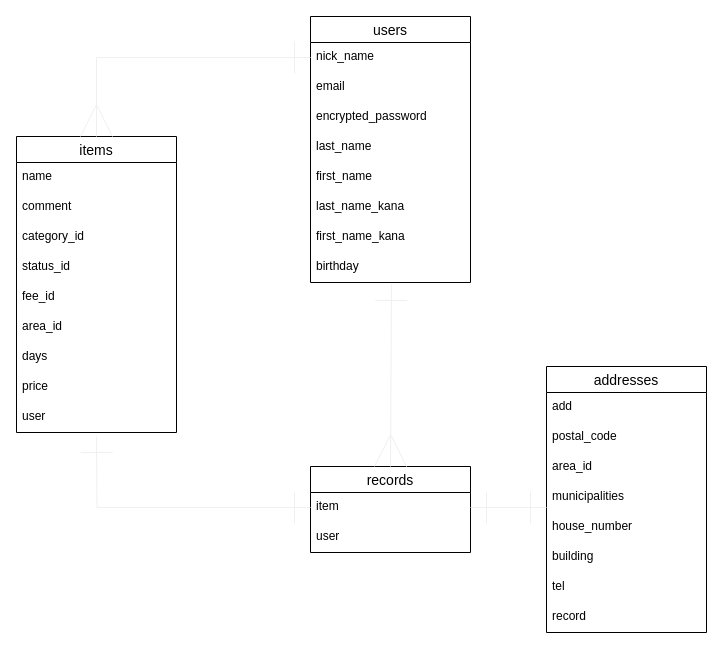
The draw.io diagram ER.dio in y-mak/furima-36339, before the edit. Source tidied: cells renumbered, new cells numbered last; positions are measured from the earlier drawing's top-left corner, leaving out a move shared by most shapes. Both pictures are drawn from the tidied source at 100%, with x=0, y=0 at pixel (16, 16).
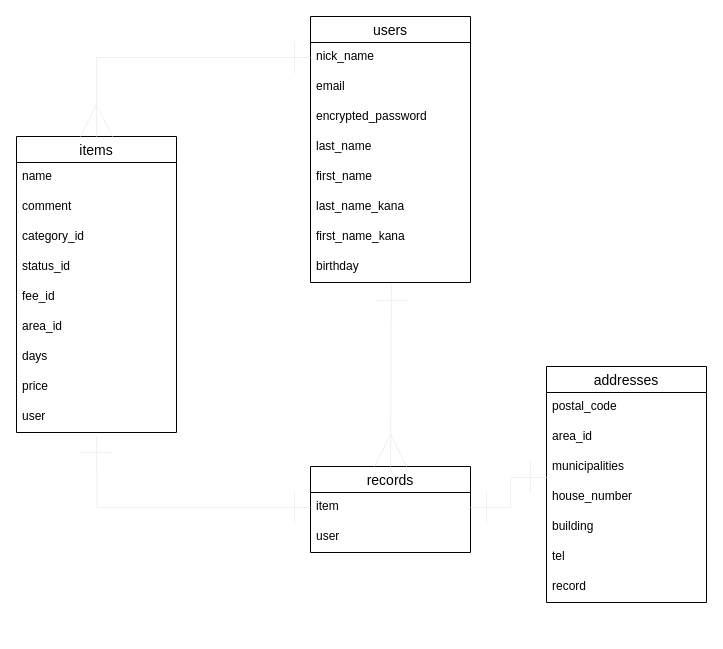
The same diagram, later.

Diff of the diagram source:
```diff
@@
     <mxCell id="24" value="addresses" style="swimlane;fontStyle=0;horizontal=1;startSize=26;align=center;fontSize=14;" parent="1" vertex="1">
-      <mxGeometry x="530" y="350" width="160" height="266" as="geometry" />
+      <mxGeometry x="530" y="350" width="160" height="236" as="geometry" />
     </mxCell>
-    <mxCell id="25" value="add" style="text;strokeColor=none;fillColor=none;spacingLeft=4;spacingRight=4;overflow=hidden;fontSize=12;" parent="24" vertex="1">
-      <mxGeometry y="26" width="160" height="30" as="geometry" />
-    </mxCell>
     <mxCell id="26" value="postal_code" style="text;strokeColor=none;fillColor=none;spacingLeft=4;spacingRight=4;overflow=hidden;fontSize=12;" parent="24" vertex="1">
-      <mxGeometry y="56" width="160" height="30" as="geometry" />
+      <mxGeometry y="26" width="160" height="30" as="geometry" />
     </mxCell>
     <mxCell id="27" value="area_id" style="text;strokeColor=none;fillColor=none;spacingLeft=4;spacingRight=4;overflow=hidden;fontSize=12;" parent="24" vertex="1">
-      <mxGeometry y="86" width="160" height="30" as="geometry" />
+      <mxGeometry y="56" width="160" height="30" as="geometry" />
     </mxCell>
     <mxCell id="28" value="municipalities" style="text;strokeColor=none;fillColor=none;spacingLeft=4;spacingRight=4;overflow=hidden;points=[[0,0.5],[1,0.5]];portConstraint=eastwest;fontSize=12;" parent="24" vertex="1">
-      <mxGeometry y="116" width="160" height="30" as="geometry" />
+      <mxGeometry y="86" width="160" height="30" as="geometry" />
     </mxCell>
     <mxCell id="29" value="house_number" style="text;strokeColor=none;fillColor=none;spacingLeft=4;spacingRight=4;overflow=hidden;fontSize=12;" parent="24" vertex="1">
-      <mxGeometry y="146" width="160" height="30" as="geometry" />
+      <mxGeometry y="116" width="160" height="30" as="geometry" />
     </mxCell>
     <mxCell id="30" value="building" style="text;strokeColor=none;fillColor=none;spacingLeft=4;spacingRight=4;overflow=hidden;fontSize=12;" parent="24" vertex="1">
-      <mxGeometry y="176" width="160" height="30" as="geometry" />
+      <mxGeometry y="146" width="160" height="30" as="geometry" />
     </mxCell>
     <mxCell id="31" value="tel" style="text;strokeColor=none;fillColor=none;spacingLeft=4;spacingRight=4;overflow=hidden;fontSize=12;" parent="24" vertex="1">
-      <mxGeometry y="206" width="160" height="30" as="geometry" />
+      <mxGeometry y="176" width="160" height="30" as="geometry" />
     </mxCell>
     <mxCell id="32" value="record" style="text;strokeColor=none;fillColor=none;spacingLeft=4;spacingRight=4;overflow=hidden;fontSize=12;" parent="24" vertex="1">
-      <mxGeometry y="236" width="160" height="30" as="geometry" />
+      <mxGeometry y="206" width="160" height="30" as="geometry" />
     </mxCell>
```
